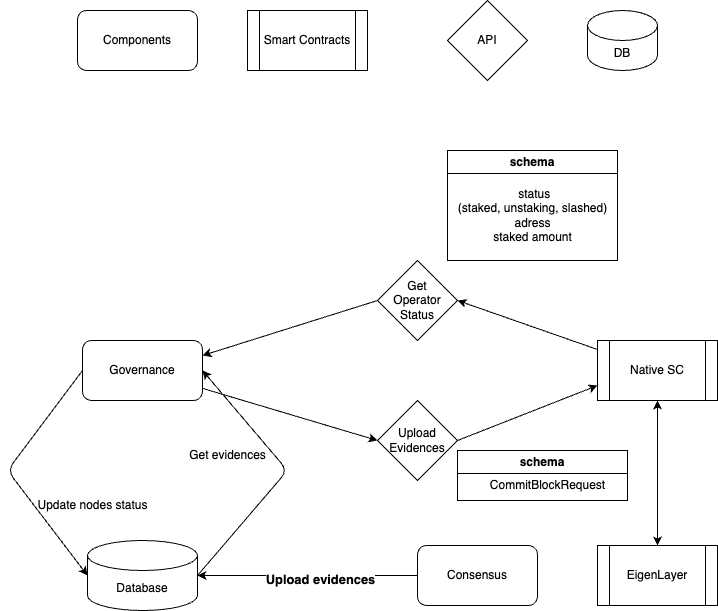
Earlier version of the draw.io export docs/governance.drawio.png (Lagrange-Labs/lsc-node). Source tidied: cells renumbered, new cells last; positions are measured from the earlier drawing's top-left corner, leaving out a move shared by most shapes.
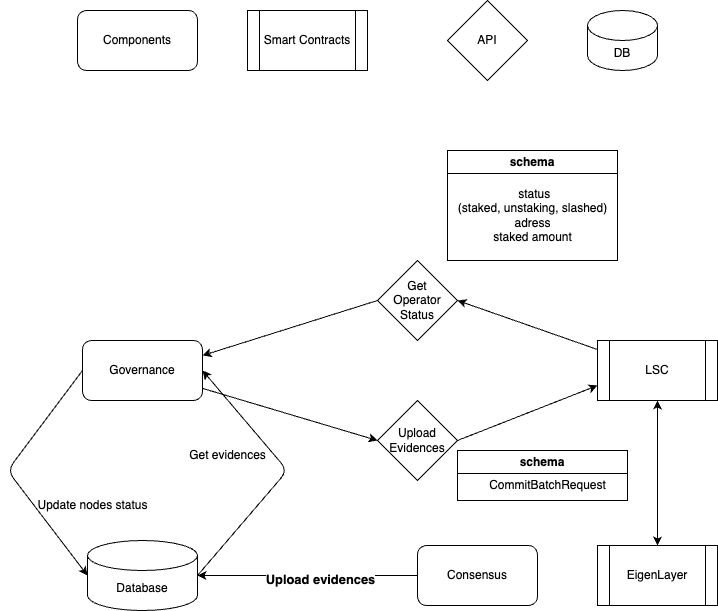
The same diagram one commit later.

What changed in the source:
```diff
@@ -57,7 +57,7 @@
         <mxPoint x="450" y="300" as="targetPoint" />
       </mxGeometry>
     </mxCell>
-    <mxCell id="17" value="Native SC" style="shape=process;whiteSpace=wrap;html=1;backgroundOutline=1;" parent="1" vertex="1">
+    <mxCell id="17" value="LSC" style="shape=process;whiteSpace=wrap;html=1;backgroundOutline=1;" parent="1" vertex="1">
       <mxGeometry x="590" y="340" width="120" height="60" as="geometry" />
     </mxCell>
     <mxCell id="18" value="API" style="rhombus;whiteSpace=wrap;html=1;" parent="1" vertex="1">
@@ -89,7 +89,7 @@
     <mxCell id="26" value="schema" style="swimlane;whiteSpace=wrap;html=1;" parent="1" vertex="1">
       <mxGeometry x="450" y="450" width="170" height="50" as="geometry" />
     </mxCell>
-    <mxCell id="27" value="CommitBlockRequest" style="text;html=1;align=center;verticalAlign=middle;strokeColor=none;fillColor=none;" parent="26" vertex="1">
+    <mxCell id="27" value="CommitBatchRequest" style="text;html=1;align=center;verticalAlign=middle;strokeColor=none;fillColor=none;" parent="26" vertex="1">
       <mxGeometry x="20" y="20" width="140" height="30" as="geometry" />
     </mxCell>
   </root>
```
